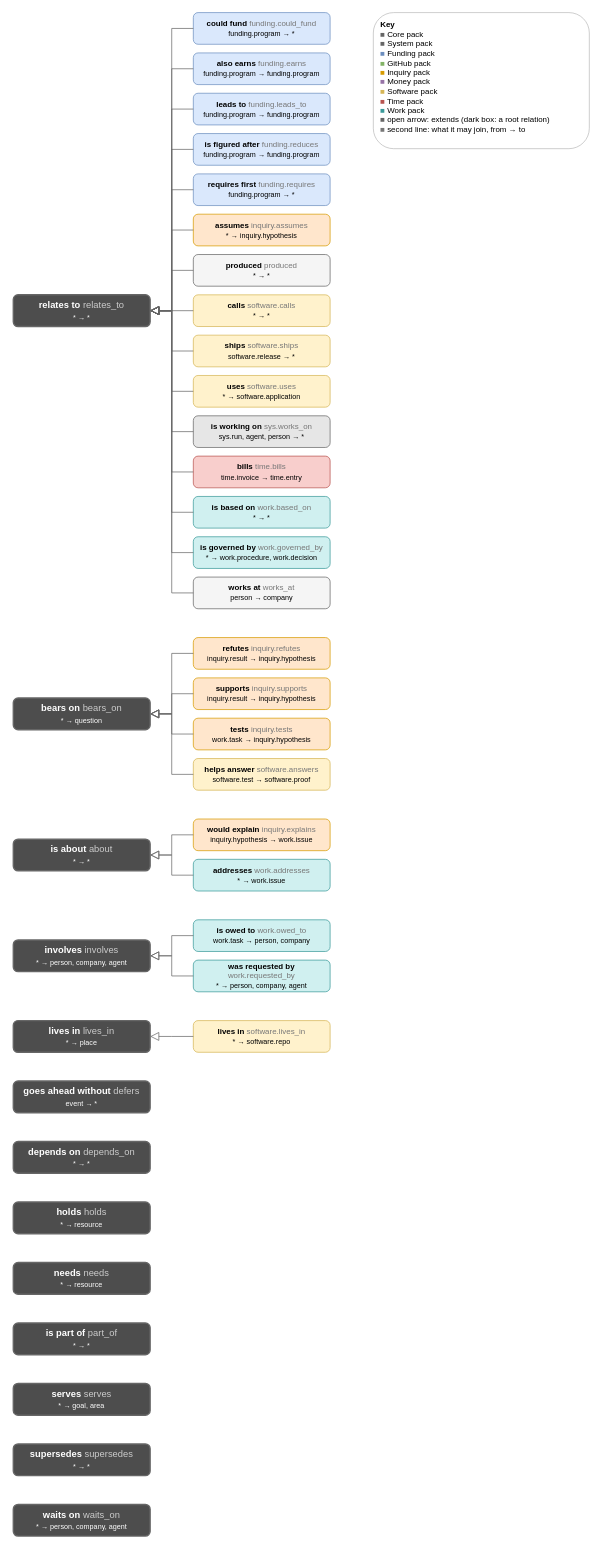
Above: page "Types: relations" (2 of 3) of docs/diagrams/types.drawio in AlexReiner98/archipelago (draw.io), before the change. Source tidied: cells renumbered, new cells numbered last; positions are measured from the earlier drawing's top-left corner, leaving out a move shared by most shapes. Both pictures are drawn from the tidied source at 72%, with x=0, y=0 at pixel (13, 12).
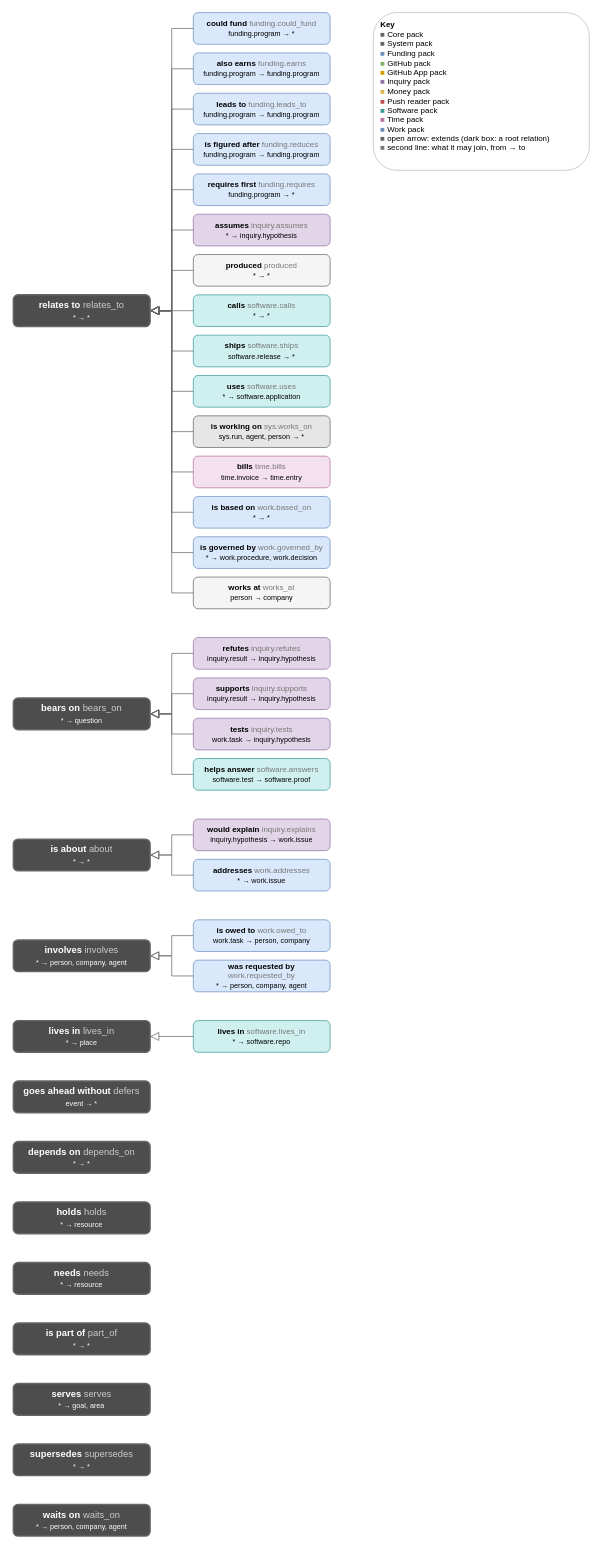
After the change.

Change to the diagram source:
```diff
@@
-    <mxCell id="7" value="&lt;b&gt;assumes&lt;/b&gt; &lt;font color=&quot;#777777&quot;&gt;inquiry.assumes&lt;/font&gt;&lt;br&gt;&lt;font style=&quot;font-size:10px&quot;&gt;* → inquiry.hypothesis&lt;/font&gt;" style="rounded=1;html=1;whiteSpace=wrap;fontSize=11;fillColor=#ffe6cc;fontColor=#000000;strokeColor=#d79b00;strokeWidth=1;" parent="1" vertex="1">
+    <mxCell id="7" value="&lt;b&gt;assumes&lt;/b&gt; &lt;font color=&quot;#777777&quot;&gt;inquiry.assumes&lt;/font&gt;&lt;br&gt;&lt;font style=&quot;font-size:10px&quot;&gt;* → inquiry.hypothesis&lt;/font&gt;" style="rounded=1;html=1;whiteSpace=wrap;fontSize=11;fillColor=#e1d5e7;fontColor=#000000;strokeColor=#9673a6;strokeWidth=1;" parent="1" vertex="1">
       <mxGeometry x="250" y="280" width="190" height="44" as="geometry" />
     </mxCell>
@@
-    <mxCell id="9" value="&lt;b&gt;calls&lt;/b&gt; &lt;font color=&quot;#777777&quot;&gt;software.calls&lt;/font&gt;&lt;br&gt;&lt;font style=&quot;font-size:10px&quot;&gt;* → *&lt;/font&gt;" style="rounded=1;html=1;whiteSpace=wrap;fontSize=11;fillColor=#fff2cc;fontColor=#000000;strokeColor=#d6b656;strokeWidth=1;" parent="1" vertex="1">
+    <mxCell id="9" value="&lt;b&gt;calls&lt;/b&gt; &lt;font color=&quot;#777777&quot;&gt;software.calls&lt;/font&gt;&lt;br&gt;&lt;font style=&quot;font-size:10px&quot;&gt;* → *&lt;/font&gt;" style="rounded=1;html=1;whiteSpace=wrap;fontSize=11;fillColor=#d0f0f0;fontColor=#000000;strokeColor=#3a9a9a;strokeWidth=1;" parent="1" vertex="1">
       <mxGeometry x="250" y="392" width="190" height="44" as="geometry" />
     </mxCell>
-    <mxCell id="10" value="&lt;b&gt;ships&lt;/b&gt; &lt;font color=&quot;#777777&quot;&gt;software.ships&lt;/font&gt;&lt;br&gt;&lt;font style=&quot;font-size:10px&quot;&gt;software.release → *&lt;/font&gt;" style="rounded=1;html=1;whiteSpace=wrap;fontSize=11;fillColor=#fff2cc;fontColor=#000000;strokeColor=#d6b656;strokeWidth=1;" parent="1" vertex="1">
+    <mxCell id="10" value="&lt;b&gt;ships&lt;/b&gt; &lt;font color=&quot;#777777&quot;&gt;software.ships&lt;/font&gt;&lt;br&gt;&lt;font style=&quot;font-size:10px&quot;&gt;software.release → *&lt;/font&gt;" style="rounded=1;html=1;whiteSpace=wrap;fontSize=11;fillColor=#d0f0f0;fontColor=#000000;strokeColor=#3a9a9a;strokeWidth=1;" parent="1" vertex="1">
       <mxGeometry x="250" y="448" width="190" height="44" as="geometry" />
     </mxCell>
-    <mxCell id="11" value="&lt;b&gt;uses&lt;/b&gt; &lt;font color=&quot;#777777&quot;&gt;software.uses&lt;/font&gt;&lt;br&gt;&lt;font style=&quot;font-size:10px&quot;&gt;* → software.application&lt;/font&gt;" style="rounded=1;html=1;whiteSpace=wrap;fontSize=11;fillColor=#fff2cc;fontColor=#000000;strokeColor=#d6b656;strokeWidth=1;" parent="1" vertex="1">
+    <mxCell id="11" value="&lt;b&gt;uses&lt;/b&gt; &lt;font color=&quot;#777777&quot;&gt;software.uses&lt;/font&gt;&lt;br&gt;&lt;font style=&quot;font-size:10px&quot;&gt;* → software.application&lt;/font&gt;" style="rounded=1;html=1;whiteSpace=wrap;fontSize=11;fillColor=#d0f0f0;fontColor=#000000;strokeColor=#3a9a9a;strokeWidth=1;" parent="1" vertex="1">
       <mxGeometry x="250" y="504" width="190" height="44" as="geometry" />
     </mxCell>
@@
-    <mxCell id="13" value="&lt;b&gt;bills&lt;/b&gt; &lt;font color=&quot;#777777&quot;&gt;time.bills&lt;/font&gt;&lt;br&gt;&lt;font style=&quot;font-size:10px&quot;&gt;time.invoice → time.entry&lt;/font&gt;" style="rounded=1;html=1;whiteSpace=wrap;fontSize=11;fillColor=#f8cecc;fontColor=#000000;strokeColor=#b85450;strokeWidth=1;" parent="1" vertex="1">
+    <mxCell id="13" value="&lt;b&gt;bills&lt;/b&gt; &lt;font color=&quot;#777777&quot;&gt;time.bills&lt;/font&gt;&lt;br&gt;&lt;font style=&quot;font-size:10px&quot;&gt;time.invoice → time.entry&lt;/font&gt;" style="rounded=1;html=1;whiteSpace=wrap;fontSize=11;fillColor=#f5e0f0;fontColor=#000000;strokeColor=#b5739d;strokeWidth=1;" parent="1" vertex="1">
       <mxGeometry x="250" y="616" width="190" height="44" as="geometry" />
     </mxCell>
-    <mxCell id="14" value="&lt;b&gt;is based on&lt;/b&gt; &lt;font color=&quot;#777777&quot;&gt;work.based_on&lt;/font&gt;&lt;br&gt;&lt;font style=&quot;font-size:10px&quot;&gt;* → *&lt;/font&gt;" style="rounded=1;html=1;whiteSpace=wrap;fontSize=11;fillColor=#d0f0f0;fontColor=#000000;strokeColor=#3a9a9a;strokeWidth=1;" parent="1" vertex="1">
+    <mxCell id="14" value="&lt;b&gt;is based on&lt;/b&gt; &lt;font color=&quot;#777777&quot;&gt;work.based_on&lt;/font&gt;&lt;br&gt;&lt;font style=&quot;font-size:10px&quot;&gt;* → *&lt;/font&gt;" style="rounded=1;html=1;whiteSpace=wrap;fontSize=11;fillColor=#dae8fc;fontColor=#000000;strokeColor=#6c8ebf;strokeWidth=1;" parent="1" vertex="1">
       <mxGeometry x="250" y="672" width="190" height="44" as="geometry" />
     </mxCell>
-    <mxCell id="15" value="&lt;b&gt;is governed by&lt;/b&gt; &lt;font color=&quot;#777777&quot;&gt;work.governed_by&lt;/font&gt;&lt;br&gt;&lt;font style=&quot;font-size:10px&quot;&gt;* → work.procedure, work.decision&lt;/font&gt;" style="rounded=1;html=1;whiteSpace=wrap;fontSize=11;fillColor=#d0f0f0;fontColor=#000000;strokeColor=#3a9a9a;strokeWidth=1;" parent="1" vertex="1">
+    <mxCell id="15" value="&lt;b&gt;is governed by&lt;/b&gt; &lt;font color=&quot;#777777&quot;&gt;work.governed_by&lt;/font&gt;&lt;br&gt;&lt;font style=&quot;font-size:10px&quot;&gt;* → work.procedure, work.decision&lt;/font&gt;" style="rounded=1;html=1;whiteSpace=wrap;fontSize=11;fillColor=#dae8fc;fontColor=#000000;strokeColor=#6c8ebf;strokeWidth=1;" parent="1" vertex="1">
       <mxGeometry x="250" y="728" width="190" height="44" as="geometry" />
     </mxCell>
@@
-    <mxCell id="18" value="&lt;b&gt;refutes&lt;/b&gt; &lt;font color=&quot;#777777&quot;&gt;inquiry.refutes&lt;/font&gt;&lt;br&gt;&lt;font style=&quot;font-size:10px&quot;&gt;inquiry.result → inquiry.hypothesis&lt;/font&gt;" style="rounded=1;html=1;whiteSpace=wrap;fontSize=11;fillColor=#ffe6cc;fontColor=#000000;strokeColor=#d79b00;strokeWidth=1;" parent="1" vertex="1">
+    <mxCell id="18" value="&lt;b&gt;refutes&lt;/b&gt; &lt;font color=&quot;#777777&quot;&gt;inquiry.refutes&lt;/font&gt;&lt;br&gt;&lt;font style=&quot;font-size:10px&quot;&gt;inquiry.result → inquiry.hypothesis&lt;/font&gt;" style="rounded=1;html=1;whiteSpace=wrap;fontSize=11;fillColor=#e1d5e7;fontColor=#000000;strokeColor=#9673a6;strokeWidth=1;" parent="1" vertex="1">
       <mxGeometry x="250" y="868" width="190" height="44" as="geometry" />
     </mxCell>
-    <mxCell id="19" value="&lt;b&gt;supports&lt;/b&gt; &lt;font color=&quot;#777777&quot;&gt;inquiry.supports&lt;/font&gt;&lt;br&gt;&lt;font style=&quot;font-size:10px&quot;&gt;inquiry.result → inquiry.hypothesis&lt;/font&gt;" style="rounded=1;html=1;whiteSpace=wrap;fontSize=11;fillColor=#ffe6cc;fontColor=#000000;strokeColor=#d79b00;strokeWidth=1;" parent="1" vertex="1">
+    <mxCell id="19" value="&lt;b&gt;supports&lt;/b&gt; &lt;font color=&quot;#777777&quot;&gt;inquiry.supports&lt;/font&gt;&lt;br&gt;&lt;font style=&quot;font-size:10px&quot;&gt;inquiry.result → inquiry.hypothesis&lt;/font&gt;" style="rounded=1;html=1;whiteSpace=wrap;fontSize=11;fillColor=#e1d5e7;fontColor=#000000;strokeColor=#9673a6;strokeWidth=1;" parent="1" vertex="1">
       <mxGeometry x="250" y="924" width="190" height="44" as="geometry" />
     </mxCell>
-    <mxCell id="20" value="&lt;b&gt;tests&lt;/b&gt; &lt;font color=&quot;#777777&quot;&gt;inquiry.tests&lt;/font&gt;&lt;br&gt;&lt;font style=&quot;font-size:10px&quot;&gt;work.task → inquiry.hypothesis&lt;/font&gt;" style="rounded=1;html=1;whiteSpace=wrap;fontSize=11;fillColor=#ffe6cc;fontColor=#000000;strokeColor=#d79b00;strokeWidth=1;" parent="1" vertex="1">
+    <mxCell id="20" value="&lt;b&gt;tests&lt;/b&gt; &lt;font color=&quot;#777777&quot;&gt;inquiry.tests&lt;/font&gt;&lt;br&gt;&lt;font style=&quot;font-size:10px&quot;&gt;work.task → inquiry.hypothesis&lt;/font&gt;" style="rounded=1;html=1;whiteSpace=wrap;fontSize=11;fillColor=#e1d5e7;fontColor=#000000;strokeColor=#9673a6;strokeWidth=1;" parent="1" vertex="1">
       <mxGeometry x="250" y="980" width="190" height="44" as="geometry" />
     </mxCell>
-    <mxCell id="21" value="&lt;b&gt;helps answer&lt;/b&gt; &lt;font color=&quot;#777777&quot;&gt;software.answers&lt;/font&gt;&lt;br&gt;&lt;font style=&quot;font-size:10px&quot;&gt;software.test → software.proof&lt;/font&gt;" style="rounded=1;html=1;whiteSpace=wrap;fontSize=11;fillColor=#fff2cc;fontColor=#000000;strokeColor=#d6b656;strokeWidth=1;" parent="1" vertex="1">
+    <mxCell id="21" value="&lt;b&gt;helps answer&lt;/b&gt; &lt;font color=&quot;#777777&quot;&gt;software.answers&lt;/font&gt;&lt;br&gt;&lt;font style=&quot;font-size:10px&quot;&gt;software.test → software.proof&lt;/font&gt;" style="rounded=1;html=1;whiteSpace=wrap;fontSize=11;fillColor=#d0f0f0;fontColor=#000000;strokeColor=#3a9a9a;strokeWidth=1;" parent="1" vertex="1">
       <mxGeometry x="250" y="1036" width="190" height="44" as="geometry" />
     </mxCell>
@@
-    <mxCell id="23" value="&lt;b&gt;would explain&lt;/b&gt; &lt;font color=&quot;#777777&quot;&gt;inquiry.explains&lt;/font&gt;&lt;br&gt;&lt;font style=&quot;font-size:10px&quot;&gt;inquiry.hypothesis → work.issue&lt;/font&gt;" style="rounded=1;html=1;whiteSpace=wrap;fontSize=11;fillColor=#ffe6cc;fontColor=#000000;strokeColor=#d79b00;strokeWidth=1;" parent="1" vertex="1">
+    <mxCell id="23" value="&lt;b&gt;would explain&lt;/b&gt; &lt;font color=&quot;#777777&quot;&gt;inquiry.explains&lt;/font&gt;&lt;br&gt;&lt;font style=&quot;font-size:10px&quot;&gt;inquiry.hypothesis → work.issue&lt;/font&gt;" style="rounded=1;html=1;whiteSpace=wrap;fontSize=11;fillColor=#e1d5e7;fontColor=#000000;strokeColor=#9673a6;strokeWidth=1;" parent="1" vertex="1">
       <mxGeometry x="250" y="1120" width="190" height="44" as="geometry" />
     </mxCell>
-    <mxCell id="24" value="&lt;b&gt;addresses&lt;/b&gt; &lt;font color=&quot;#777777&quot;&gt;work.addresses&lt;/font&gt;&lt;br&gt;&lt;font style=&quot;font-size:10px&quot;&gt;* → work.issue&lt;/font&gt;" style="rounded=1;html=1;whiteSpace=wrap;fontSize=11;fillColor=#d0f0f0;fontColor=#000000;strokeColor=#3a9a9a;strokeWidth=1;" parent="1" vertex="1">
+    <mxCell id="24" value="&lt;b&gt;addresses&lt;/b&gt; &lt;font color=&quot;#777777&quot;&gt;work.addresses&lt;/font&gt;&lt;br&gt;&lt;font style=&quot;font-size:10px&quot;&gt;* → work.issue&lt;/font&gt;" style="rounded=1;html=1;whiteSpace=wrap;fontSize=11;fillColor=#dae8fc;fontColor=#000000;strokeColor=#6c8ebf;strokeWidth=1;" parent="1" vertex="1">
       <mxGeometry x="250" y="1176" width="190" height="44" as="geometry" />
     </mxCell>
@@
-    <mxCell id="26" value="&lt;b&gt;is owed to&lt;/b&gt; &lt;font color=&quot;#777777&quot;&gt;work.owed_to&lt;/font&gt;&lt;br&gt;&lt;font style=&quot;font-size:10px&quot;&gt;work.task → person, company&lt;/font&gt;" style="rounded=1;html=1;whiteSpace=wrap;fontSize=11;fillColor=#d0f0f0;fontColor=#000000;strokeColor=#3a9a9a;strokeWidth=1;" parent="1" vertex="1">
+    <mxCell id="26" value="&lt;b&gt;is owed to&lt;/b&gt; &lt;font color=&quot;#777777&quot;&gt;work.owed_to&lt;/font&gt;&lt;br&gt;&lt;font style=&quot;font-size:10px&quot;&gt;work.task → person, company&lt;/font&gt;" style="rounded=1;html=1;whiteSpace=wrap;fontSize=11;fillColor=#dae8fc;fontColor=#000000;strokeColor=#6c8ebf;strokeWidth=1;" parent="1" vertex="1">
       <mxGeometry x="250" y="1260" width="190" height="44" as="geometry" />
     </mxCell>
-    <mxCell id="27" value="&lt;b&gt;was requested by&lt;/b&gt; &lt;font color=&quot;#777777&quot;&gt;work.requested_by&lt;/font&gt;&lt;br&gt;&lt;font style=&quot;font-size:10px&quot;&gt;* → person, company, agent&lt;/font&gt;" style="rounded=1;html=1;whiteSpace=wrap;fontSize=11;fillColor=#d0f0f0;fontColor=#000000;strokeColor=#3a9a9a;strokeWidth=1;" parent="1" vertex="1">
+    <mxCell id="27" value="&lt;b&gt;was requested by&lt;/b&gt; &lt;font color=&quot;#777777&quot;&gt;work.requested_by&lt;/font&gt;&lt;br&gt;&lt;font style=&quot;font-size:10px&quot;&gt;* → person, company, agent&lt;/font&gt;" style="rounded=1;html=1;whiteSpace=wrap;fontSize=11;fillColor=#dae8fc;fontColor=#000000;strokeColor=#6c8ebf;strokeWidth=1;" parent="1" vertex="1">
       <mxGeometry x="250" y="1316" width="190" height="44" as="geometry" />
     </mxCell>
@@
-    <mxCell id="29" value="&lt;b&gt;lives in&lt;/b&gt; &lt;font color=&quot;#777777&quot;&gt;software.lives_in&lt;/font&gt;&lt;br&gt;&lt;font style=&quot;font-size:10px&quot;&gt;* → software.repo&lt;/font&gt;" style="rounded=1;html=1;whiteSpace=wrap;fontSize=11;fillColor=#fff2cc;fontColor=#000000;strokeColor=#d6b656;strokeWidth=1;" parent="1" vertex="1">
+    <mxCell id="29" value="&lt;b&gt;lives in&lt;/b&gt; &lt;font color=&quot;#777777&quot;&gt;software.lives_in&lt;/font&gt;&lt;br&gt;&lt;font style=&quot;font-size:10px&quot;&gt;* → software.repo&lt;/font&gt;" style="rounded=1;html=1;whiteSpace=wrap;fontSize=11;fillColor=#d0f0f0;fontColor=#000000;strokeColor=#3a9a9a;strokeWidth=1;" parent="1" vertex="1">
       <mxGeometry x="250" y="1400" width="190" height="44" as="geometry" />
     </mxCell>
@@
-    <mxCell id="39" value="&lt;b&gt;Key&lt;/b&gt;&lt;br&gt;&lt;font color=&quot;#666666&quot;&gt;■&lt;/font&gt; Core pack&lt;br&gt;&lt;font color=&quot;#666666&quot;&gt;■&lt;/font&gt; System pack&lt;br&gt;&lt;font color=&quot;#6c8ebf&quot;&gt;■&lt;/font&gt; Funding pack&lt;br&gt;&lt;font color=&quot;#82b366&quot;&gt;■&lt;/font&gt; GitHub pack&lt;br&gt;&lt;font color=&quot;#d79b00&quot;&gt;■&lt;/font&gt; Inquiry pack&lt;br&gt;&lt;font color=&quot;#9673a6&quot;&gt;■&lt;/font&gt; Money pack&lt;br&gt;&lt;font color=&quot;#d6b656&quot;&gt;■&lt;/font&gt; Software pack&lt;br&gt;&lt;font color=&quot;#b85450&quot;&gt;■&lt;/font&gt; Time pack&lt;br&gt;&lt;font color=&quot;#3a9a9a&quot;&gt;■&lt;/font&gt; Work pack&lt;br&gt;&lt;font color=&quot;#666666&quot;&gt;■&lt;/font&gt; open arrow: extends (dark box: a root relation)&lt;br&gt;&lt;font color=&quot;#777777&quot;&gt;■&lt;/font&gt; second line: what it may join, from → to" style="rounded=1;html=1;whiteSpace=wrap;align=left;verticalAlign=top;spacingLeft=8;spacingTop=4;fillColor=#ffffff;strokeColor=#bbbbbb;fontSize=11;" parent="1" vertex="1">
-      <mxGeometry x="500" width="300" height="189" as="geometry" />
+    <mxCell id="39" value="&lt;b&gt;Key&lt;/b&gt;&lt;br&gt;&lt;font color=&quot;#666666&quot;&gt;■&lt;/font&gt; Core pack&lt;br&gt;&lt;font color=&quot;#666666&quot;&gt;■&lt;/font&gt; System pack&lt;br&gt;&lt;font color=&quot;#6c8ebf&quot;&gt;■&lt;/font&gt; Funding pack&lt;br&gt;&lt;font color=&quot;#82b366&quot;&gt;■&lt;/font&gt; GitHub pack&lt;br&gt;&lt;font color=&quot;#d79b00&quot;&gt;■&lt;/font&gt; GitHub App pack&lt;br&gt;&lt;font color=&quot;#9673a6&quot;&gt;■&lt;/font&gt; Inquiry pack&lt;br&gt;&lt;font color=&quot;#d6b656&quot;&gt;■&lt;/font&gt; Money pack&lt;br&gt;&lt;font color=&quot;#b85450&quot;&gt;■&lt;/font&gt; Push reader pack&lt;br&gt;&lt;font color=&quot;#3a9a9a&quot;&gt;■&lt;/font&gt; Software pack&lt;br&gt;&lt;font color=&quot;#b5739d&quot;&gt;■&lt;/font&gt; Time pack&lt;br&gt;&lt;font color=&quot;#6c8ebf&quot;&gt;■&lt;/font&gt; Work pack&lt;br&gt;&lt;font color=&quot;#666666&quot;&gt;■&lt;/font&gt; open arrow: extends (dark box: a root relation)&lt;br&gt;&lt;font color=&quot;#777777&quot;&gt;■&lt;/font&gt; second line: what it may join, from → to" style="rounded=1;html=1;whiteSpace=wrap;align=left;verticalAlign=top;spacingLeft=8;spacingTop=4;fillColor=#ffffff;strokeColor=#bbbbbb;fontSize=11;" parent="1" vertex="1">
+      <mxGeometry x="500" width="300" height="219" as="geometry" />
     </mxCell>
```
